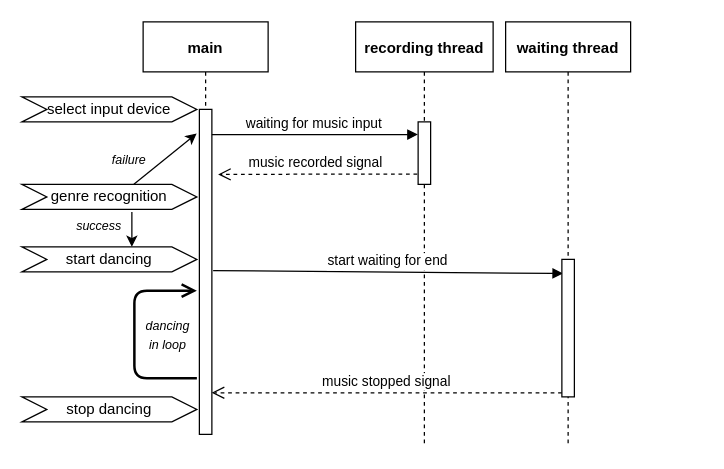
zunzer/music_driven_kinematics_in_humanoid_robots keeps this draw.io diagram as thrading chart.drawio. Above is the earlier version. Source tidied: cells renumbered, new cells numbered last; positions are measured from the earlier drawing's top-left corner, leaving out a move shared by most shapes. Both pictures are drawn from the tidied source at 125%, with x=0, y=0 at pixel (21, 21).
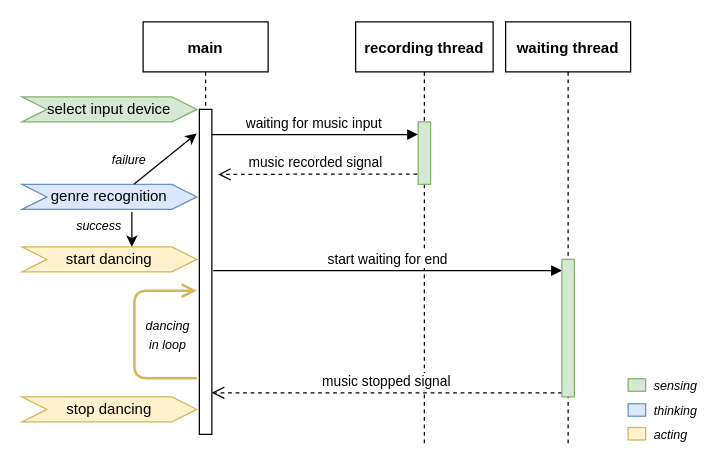
After the change.

Commit message:
update threading chart

Unchanged cells that the change refers to:
```xml
<mxCell id="3" style="points=[];perimeter=orthogonalPerimeter;rounded=0;shadow=0;strokeWidth=1;" parent="2" vertex="1">
  <mxGeometry x="45" y="70" width="10" height="260" as="geometry" />
</mxCell>
<mxCell id="4" value="recording thread" style="shape=umlLifeline;perimeter=lifelinePerimeter;rounded=0;shadow=0;strokeWidth=1;fontStyle=1;" parent="1" vertex="1">
  <mxGeometry x="267" width="110" height="340" as="geometry" />
</mxCell>
<mxCell id="10" value="waiting thread" style="shape=umlLifeline;perimeter=lifelinePerimeter;rounded=0;shadow=0;strokeWidth=1;fontStyle=1;" parent="1" vertex="1">
  <mxGeometry x="387" width="100" height="340" as="geometry" />
</mxCell>
```

Diff of the diagram source:
```diff
@@
-    <mxCell id="5" style="points=[];perimeter=orthogonalPerimeter;rounded=0;shadow=0;strokeWidth=1;" parent="4" vertex="1">
+    <mxCell id="5" style="points=[];perimeter=orthogonalPerimeter;rounded=0;shadow=0;strokeWidth=1;fillColor=#d5e8d4;strokeColor=#82b366;" parent="4" vertex="1">
       <mxGeometry x="50" y="80" width="10" height="50" as="geometry" />
     </mxCell>
@@
-    <mxCell id="8" value="start waiting for end" style="verticalAlign=bottom;endArrow=block;shadow=0;strokeWidth=1;exitX=1.1;exitY=0.496;exitDx=0;exitDy=0;exitPerimeter=0;entryX=0.1;entryY=0.103;entryDx=0;entryDy=0;entryPerimeter=0;" parent="1" edge="1" source="3" target="11">
+    <mxCell id="8" value="start waiting for end" style="verticalAlign=bottom;endArrow=block;shadow=0;strokeWidth=1;exitX=1.1;exitY=0.496;exitDx=0;exitDy=0;exitPerimeter=0;" parent="1" edge="1" source="3" target="11">
       <mxGeometry relative="1" as="geometry" />
     </mxCell>
@@
-    <mxCell id="11" style="points=[];perimeter=orthogonalPerimeter;rounded=0;shadow=0;strokeWidth=1;" parent="10" vertex="1">
+    <mxCell id="11" style="points=[];perimeter=orthogonalPerimeter;rounded=0;shadow=0;strokeWidth=1;fillColor=#d5e8d4;strokeColor=#82b366;" parent="10" vertex="1">
       <mxGeometry x="45" y="190" width="10" height="110" as="geometry" />
     </mxCell>
-    <mxCell id="12" value="select input device" style="shape=step;perimeter=stepPerimeter;whiteSpace=wrap;html=1;fixedSize=1;" parent="1" vertex="1">
+    <mxCell id="12" value="select input device" style="shape=step;perimeter=stepPerimeter;whiteSpace=wrap;html=1;fixedSize=1;fillColor=#d5e8d4;strokeColor=#82b366;" parent="1" vertex="1">
       <mxGeometry y="60" width="140" height="20" as="geometry" />
     </mxCell>
-    <mxCell id="13" value="genre recognition" style="shape=step;perimeter=stepPerimeter;whiteSpace=wrap;html=1;fixedSize=1;" parent="1" vertex="1">
+    <mxCell id="13" value="genre recognition" style="shape=step;perimeter=stepPerimeter;whiteSpace=wrap;html=1;fixedSize=1;fillColor=#dae8fc;strokeColor=#6c8ebf;" parent="1" vertex="1">
       <mxGeometry y="130" width="140" height="20" as="geometry" />
     </mxCell>
-    <mxCell id="14" value="start dancing" style="shape=step;perimeter=stepPerimeter;whiteSpace=wrap;html=1;fixedSize=1;" parent="1" vertex="1">
+    <mxCell id="14" value="start dancing" style="shape=step;perimeter=stepPerimeter;whiteSpace=wrap;html=1;fixedSize=1;fillColor=#fff2cc;strokeColor=#d6b656;" parent="1" vertex="1">
       <mxGeometry y="180" width="140" height="20" as="geometry" />
     </mxCell>
@@
-    <mxCell id="20" value="stop dancing" style="shape=step;perimeter=stepPerimeter;whiteSpace=wrap;html=1;fixedSize=1;" parent="1" vertex="1">
+    <mxCell id="20" value="stop dancing" style="shape=step;perimeter=stepPerimeter;whiteSpace=wrap;html=1;fixedSize=1;fillColor=#fff2cc;strokeColor=#d6b656;" parent="1" vertex="1">
       <mxGeometry y="300" width="140" height="20" as="geometry" />
     </mxCell>
-    <mxCell id="21" style="verticalAlign=bottom;endArrow=open;endSize=8;shadow=0;strokeWidth=2;" parent="1" edge="1">
+    <mxCell id="21" style="verticalAlign=bottom;endArrow=open;endSize=8;shadow=0;strokeWidth=2;fillColor=#fff2cc;strokeColor=#d6b656;" parent="1" edge="1">
       <mxGeometry x="-1" y="150" relative="1" as="geometry">
         <mxPoint x="140" y="285" as="sourcePoint" />
         <mxPoint x="140" y="215" as="targetPoint" />
         <Array as="points">
           <mxPoint x="90" y="285" />
           <mxPoint x="90" y="215" />
         </Array>
         <mxPoint x="25" y="2" as="offset" />
       </mxGeometry>
     </mxCell>
+    <mxCell id="22" style="rounded=0;whiteSpace=wrap;html=1;fillColor=#d5e8d4;strokeColor=#82b366;" parent="1" vertex="1">
+      <mxGeometry x="485" y="285.5" width="14" height="10" as="geometry" />
+    </mxCell>
+    <mxCell id="23" style="rounded=0;whiteSpace=wrap;html=1;fillColor=#dae8fc;strokeColor=#6c8ebf;" parent="1" vertex="1">
+      <mxGeometry x="485" y="305.5" width="14" height="10" as="geometry" />
+    </mxCell>
+    <mxCell id="24" style="rounded=0;whiteSpace=wrap;html=1;fillColor=#fff2cc;strokeColor=#d6b656;" parent="1" vertex="1">
+      <mxGeometry x="485" y="324.5" width="14" height="10" as="geometry" />
+    </mxCell>
+    <mxCell id="25" value="&lt;div align=&quot;left&quot;&gt;&lt;i&gt;&lt;font style=&quot;font-size: 10px&quot;&gt;sensing&lt;/font&gt;&lt;/i&gt;&lt;/div&gt;" style="text;html=1;strokeColor=none;fillColor=none;align=left;verticalAlign=middle;whiteSpace=wrap;rounded=0;" parent="1" vertex="1">
+      <mxGeometry x="504" y="280.5" width="40" height="20" as="geometry" />
+    </mxCell>
+    <mxCell id="26" value="&lt;div align=&quot;left&quot;&gt;&lt;font style=&quot;font-size: 10px&quot;&gt;&lt;i&gt;thinking&lt;/i&gt;&lt;/font&gt;&lt;/div&gt;" style="text;html=1;strokeColor=none;fillColor=none;align=left;verticalAlign=middle;whiteSpace=wrap;rounded=0;" parent="1" vertex="1">
+      <mxGeometry x="504" y="300.5" width="40" height="20" as="geometry" />
+    </mxCell>
+    <mxCell id="27" value="&lt;div align=&quot;left&quot;&gt;&lt;i&gt;&lt;font style=&quot;font-size: 10px&quot;&gt;acting&lt;/font&gt;&lt;/i&gt;&lt;/div&gt;" style="text;html=1;strokeColor=none;fillColor=none;align=left;verticalAlign=middle;whiteSpace=wrap;rounded=0;" parent="1" vertex="1">
+      <mxGeometry x="504" y="319.5" width="40" height="20" as="geometry" />
+    </mxCell>
```
